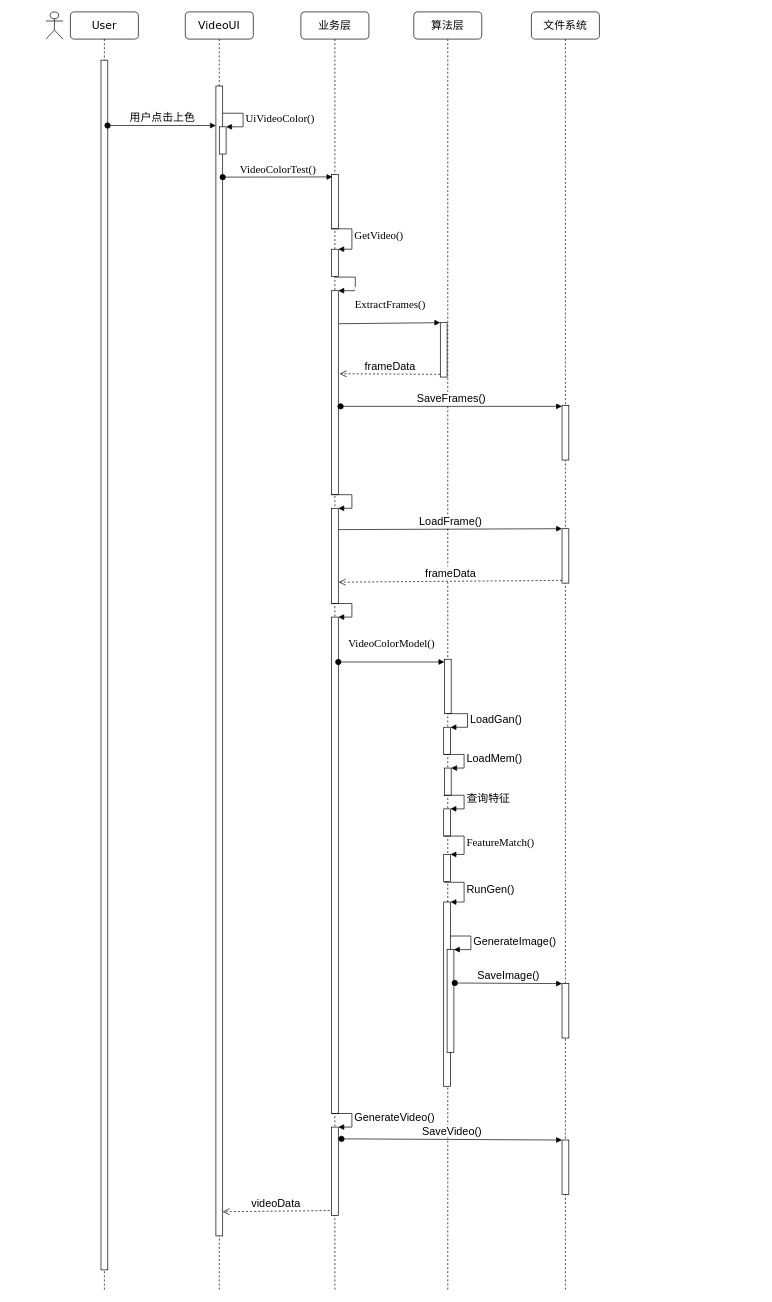
Earlier version of the draw.io diagram page "视频上色" (4 of 4) of Untitled Diagram.drawio (FashionSuperman/file). Source tidied: cells renumbered, new cells numbered last; positions are measured from the earlier drawing's top-left corner, leaving out a move shared by most shapes. Both pictures are drawn from the tidied source at 68%, with x=0, y=0 at pixel (46, 12).
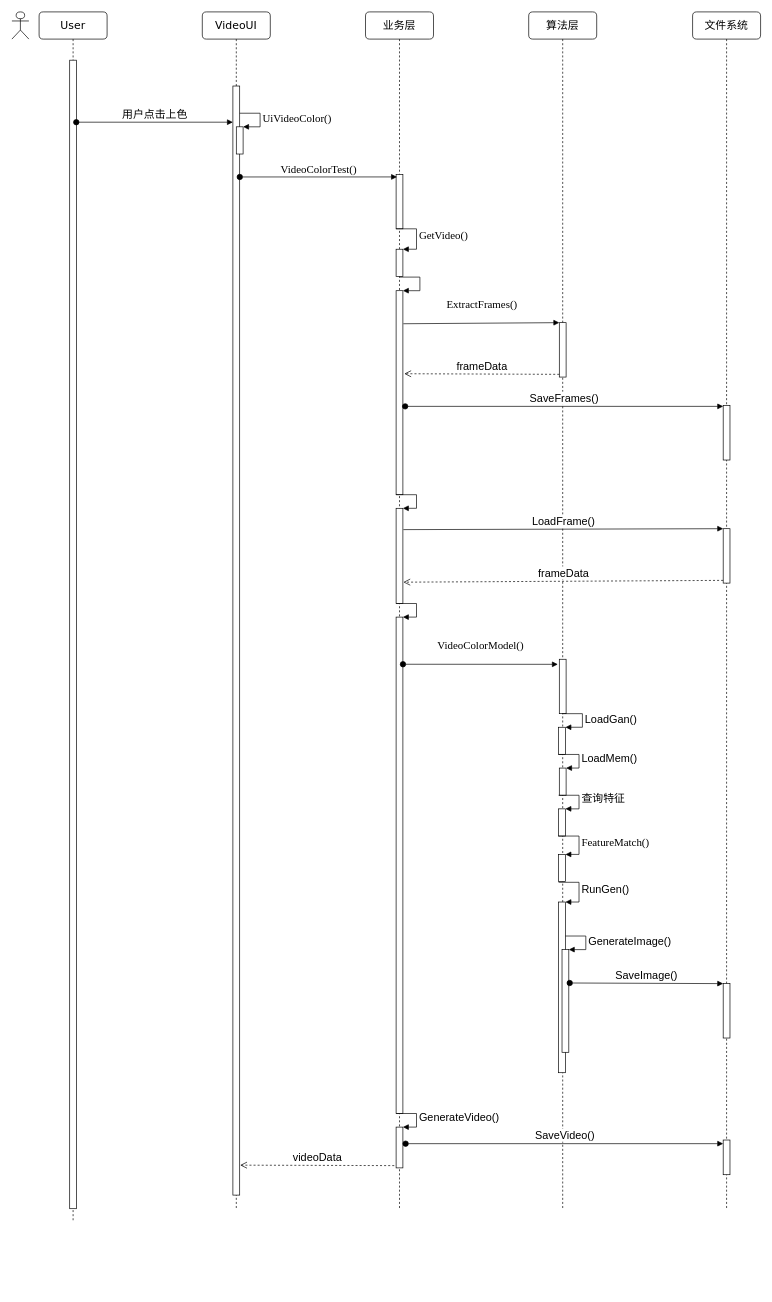
The same page after the edit.

The change refers to these unchanged cells:
```xml
<mxCell id="7" style="html=1;points=[];perimeter=orthogonalPerimeter;fontSize=16;" parent="6" vertex="1">
  <mxGeometry x="45" y="239" width="10" height="80" as="geometry" />
</mxCell>
<mxCell id="14" style="html=1;points=[];perimeter=orthogonalPerimeter;fontSize=16;" parent="6" vertex="1">
  <mxGeometry x="45" y="890" width="10" height="730" as="geometry" />
</mxCell>
<mxCell id="20" style="html=1;points=[];perimeter=orthogonalPerimeter;fontSize=16;" parent="18" vertex="1">
  <mxGeometry x="45" y="952" width="10" height="80" as="geometry" />
</mxCell>
```

Change to the diagram source:
```diff
@@
     <mxCell id="2" value="&lt;font style=&quot;font-size: 16px&quot;&gt;VideoUI&lt;/font&gt;" style="shape=umlLifeline;perimeter=lifelinePerimeter;whiteSpace=wrap;html=1;rounded=1;shadow=0;comic=0;labelBackgroundColor=none;strokeWidth=1;fontFamily=Verdana;fontSize=16;align=center;" parent="1" vertex="1">
-      <mxGeometry x="205" width="100" height="1879" as="geometry" />
+      <mxGeometry x="230" width="100" height="1759" as="geometry" />
     </mxCell>
     <mxCell id="3" style="html=1;points=[];perimeter=orthogonalPerimeter;fontSize=16;" parent="2" vertex="1">
-      <mxGeometry x="45" y="109" width="10" height="1691" as="geometry" />
+      <mxGeometry x="45" y="109" width="10" height="1631" as="geometry" />
     </mxCell>
@@
     <mxCell id="6" value="&lt;font style=&quot;font-size: 16px;&quot;&gt;业务层&lt;/font&gt;" style="shape=umlLifeline;perimeter=lifelinePerimeter;whiteSpace=wrap;html=1;rounded=1;shadow=0;comic=0;labelBackgroundColor=none;strokeWidth=1;fontFamily=Verdana;fontSize=16;align=center;" parent="1" vertex="1">
-      <mxGeometry x="375" width="100" height="1879" as="geometry" />
+      <mxGeometry x="470" width="100" height="1759" as="geometry" />
     </mxCell>
@@
     <mxCell id="16" style="html=1;points=[];perimeter=orthogonalPerimeter;fontSize=16;" parent="6" vertex="1">
-      <mxGeometry x="45" y="1640" width="10" height="130" as="geometry" />
+      <mxGeometry x="45" y="1640" width="10" height="60" as="geometry" />
     </mxCell>
@@
     <mxCell id="18" value="&lt;font style=&quot;font-size: 16px;&quot;&gt;算法层&lt;/font&gt;" style="shape=umlLifeline;perimeter=lifelinePerimeter;whiteSpace=wrap;html=1;rounded=1;shadow=0;comic=0;labelBackgroundColor=none;strokeWidth=1;fontFamily=Verdana;fontSize=16;align=center;" parent="1" vertex="1">
-      <mxGeometry x="541" width="100" height="1879" as="geometry" />
+      <mxGeometry x="710" width="100" height="1759" as="geometry" />
     </mxCell>
     <mxCell id="19" style="html=1;points=[];perimeter=orthogonalPerimeter;fontSize=16;" parent="18" vertex="1">
-      <mxGeometry x="39" y="457" width="10" height="80" as="geometry" />
+      <mxGeometry x="45" y="457" width="10" height="80" as="geometry" />
     </mxCell>
@@
     <mxCell id="29" style="html=1;points=[];perimeter=orthogonalPerimeter;fontSize=16;" parent="18" vertex="1">
-      <mxGeometry x="44" y="1309" width="10" height="271" as="geometry" />
+      <mxGeometry x="44" y="1309" width="10" height="251" as="geometry" />
     </mxCell>
@@
     <mxCell id="33" value="&lt;font style=&quot;font-size: 16px;&quot;&gt;文件系统&lt;/font&gt;" style="shape=umlLifeline;perimeter=lifelinePerimeter;whiteSpace=wrap;html=1;rounded=1;shadow=0;comic=0;labelBackgroundColor=none;strokeWidth=1;fontFamily=Verdana;fontSize=16;align=center;" parent="1" vertex="1">
-      <mxGeometry x="714" width="100" height="1879" as="geometry" />
+      <mxGeometry x="951" width="100" height="1759" as="geometry" />
     </mxCell>
@@
     <mxCell id="37" style="html=1;points=[];perimeter=orthogonalPerimeter;fontSize=16;" parent="33" vertex="1">
-      <mxGeometry x="45" y="1659" width="10" height="80" as="geometry" />
+      <mxGeometry x="45" y="1659" width="10" height="51" as="geometry" />
     </mxCell>
     <mxCell id="38" value="&lt;font style=&quot;font-size: 16px;&quot;&gt;User&lt;/font&gt;" style="shape=umlLifeline;perimeter=lifelinePerimeter;whiteSpace=wrap;html=1;rounded=1;shadow=0;comic=0;labelBackgroundColor=none;strokeWidth=1;fontFamily=Verdana;fontSize=16;align=center;" parent="1" vertex="1">
-      <mxGeometry x="36" width="100" height="1879" as="geometry" />
+      <mxGeometry x="-10" width="100" height="1779" as="geometry" />
     </mxCell>
     <mxCell id="39" style="html=1;points=[];perimeter=orthogonalPerimeter;rounded=0;shadow=0;comic=0;labelBackgroundColor=none;strokeWidth=1;fontFamily=Verdana;fontSize=16;align=center;" parent="38" vertex="1">
-      <mxGeometry x="45" y="71" width="10" height="1779" as="geometry" />
+      <mxGeometry x="45" y="71" width="10" height="1689" as="geometry" />
     </mxCell>
     <mxCell id="40" style="shape=umlActor;verticalLabelPosition=bottom;verticalAlign=top;html=1;fontSize=16;" parent="1" vertex="1">
-      <mxGeometry width="25" height="40" as="geometry" />
+      <mxGeometry x="-50" width="25" height="40" as="geometry" />
     </mxCell>
@@
-    <mxCell id="42" value="&lt;p class=&quot;MsoNormal&quot;&gt;&lt;span style=&quot;font-size: 12.0000pt&quot;&gt;&lt;font face=&quot;Times New Roman&quot;&gt;VideoColorModel()&lt;/font&gt;&lt;/span&gt;&lt;/p&gt;" style="html=1;verticalAlign=bottom;startArrow=oval;endArrow=block;startSize=8;rounded=0;fontSize=16;exitX=1;exitY=0.258;exitDx=0;exitDy=0;exitPerimeter=0;" parent="1" edge="1">
-      <mxGeometry relative="1" as="geometry">
-        <mxPoint x="430" y="956" as="sourcePoint" />
-        <mxPoint x="586" y="956" as="targetPoint" />
-      </mxGeometry>
-    </mxCell>
@@
-    <mxCell id="48" value="&lt;span style=&quot;font-family: &amp;#34;times new roman&amp;#34;&quot;&gt;VideoColorTest()&lt;/span&gt;" style="html=1;verticalAlign=bottom;startArrow=oval;startFill=1;endArrow=block;startSize=8;rounded=0;fontSize=16;entryX=0.133;entryY=0.046;entryDx=0;entryDy=0;entryPerimeter=0;" parent="1" edge="1" target="7">
-      <mxGeometry relative="1" as="geometry">
-        <mxPoint x="260" y="243" as="sourcePoint" />
-      </mxGeometry>
+    <mxCell id="48" value="&lt;span style=&quot;font-family: &amp;#34;times new roman&amp;#34;&quot;&gt;VideoColorTest()&lt;/span&gt;" style="html=1;verticalAlign=bottom;startArrow=oval;startFill=1;endArrow=block;startSize=8;rounded=0;fontSize=16;entryX=0.133;entryY=0.046;entryDx=0;entryDy=0;entryPerimeter=0;exitX=1.011;exitY=0.082;exitDx=0;exitDy=0;exitPerimeter=0;" parent="1" edge="1" source="3" target="7">
+      <mxGeometry relative="1" as="geometry" />
     </mxCell>
@@
-    <mxCell id="50" value="videoData" style="html=1;verticalAlign=bottom;endArrow=open;dashed=1;endSize=8;rounded=0;fontSize=16;exitX=-0.267;exitY=0.944;exitDx=0;exitDy=0;exitPerimeter=0;entryX=1;entryY=0.979;entryDx=0;entryDy=0;entryPerimeter=0;" parent="1" edge="1" source="16" target="3">
+    <mxCell id="50" value="videoData" style="html=1;verticalAlign=bottom;endArrow=open;dashed=1;endSize=8;rounded=0;fontSize=16;exitX=-0.267;exitY=0.944;exitDx=0;exitDy=0;exitPerimeter=0;entryX=1.067;entryY=0.973;entryDx=0;entryDy=0;entryPerimeter=0;" parent="1" edge="1" source="16" target="3">
       <mxGeometry relative="1" as="geometry" />
     </mxCell>
-    <mxCell id="51" value="SaveVideo()" style="html=1;verticalAlign=bottom;startArrow=oval;endArrow=block;startSize=8;rounded=0;fontSize=16;exitX=1.467;exitY=0.133;exitDx=0;exitDy=0;exitPerimeter=0;" parent="1" edge="1" source="16" target="37">
+    <mxCell id="51" value="SaveVideo()" style="html=1;verticalAlign=bottom;startArrow=oval;endArrow=block;startSize=8;rounded=0;fontSize=16;exitX=1.4;exitY=0.406;exitDx=0;exitDy=0;exitPerimeter=0;" parent="1" edge="1" source="16" target="37">
       <mxGeometry relative="1" as="geometry" />
     </mxCell>
+    <mxCell id="42" value="&lt;p class=&quot;MsoNormal&quot;&gt;&lt;span style=&quot;font-size: 12.0000pt&quot;&gt;&lt;font face=&quot;Times New Roman&quot;&gt;VideoColorModel()&lt;/font&gt;&lt;/span&gt;&lt;/p&gt;" style="html=1;verticalAlign=bottom;startArrow=oval;endArrow=block;startSize=8;rounded=0;fontSize=16;entryX=-0.211;entryY=0.093;entryDx=0;entryDy=0;entryPerimeter=0;exitX=1.011;exitY=0.095;exitDx=0;exitDy=0;exitPerimeter=0;" parent="1" edge="1" source="14" target="20">
+      <mxGeometry relative="1" as="geometry" />
+    </mxCell>
```
